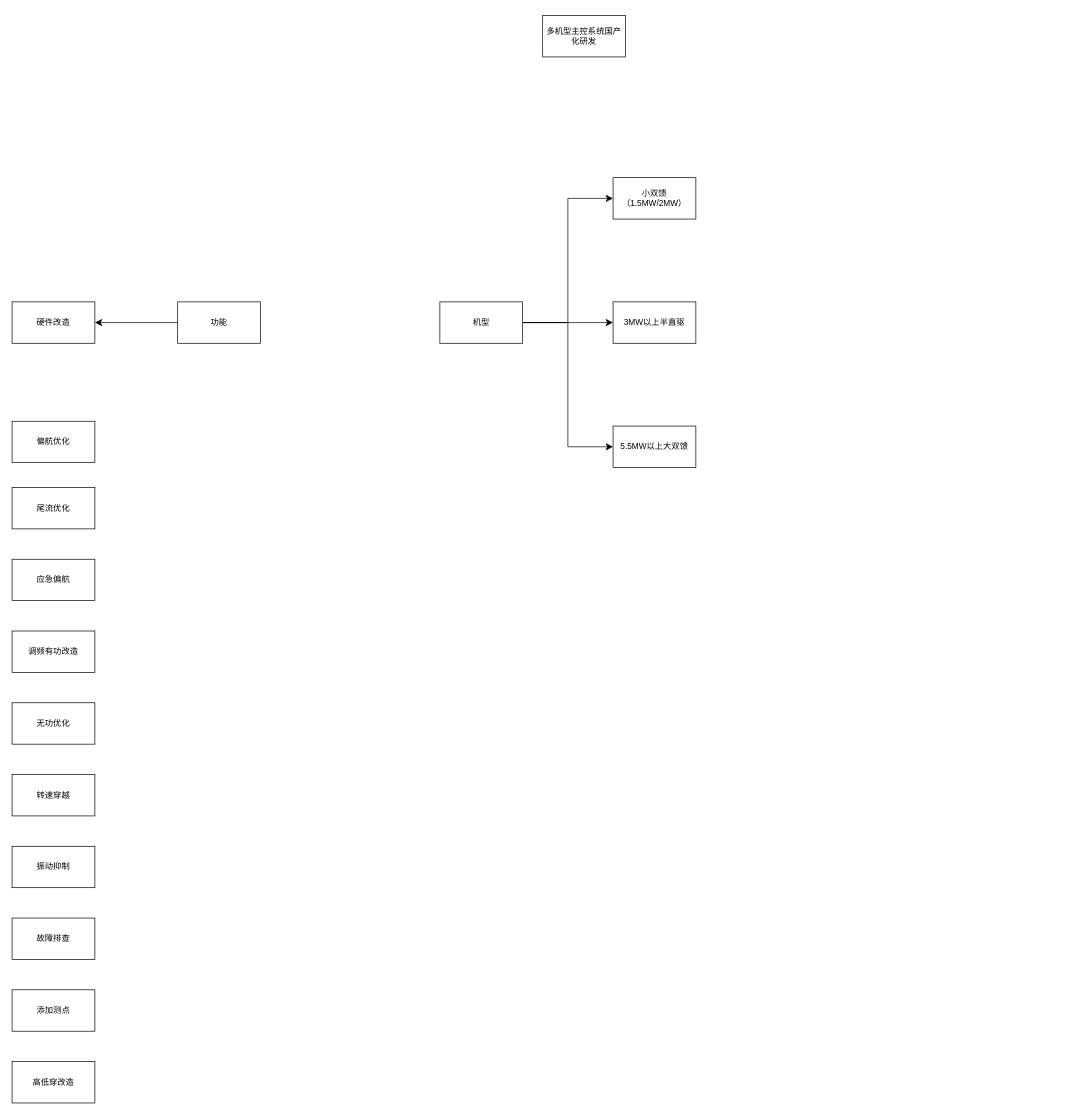
This is 多机型主控系统国产化研发.drawio from plrs8ta/drawio_files, a draw.io file, before an edit. Source tidied: cells renumbered, new cells numbered last; positions are measured from the earlier drawing's top-left corner, leaving out a move shared by most shapes. Both pictures are drawn from the tidied source at 69%, with x=0, y=0 at pixel (12, 15).
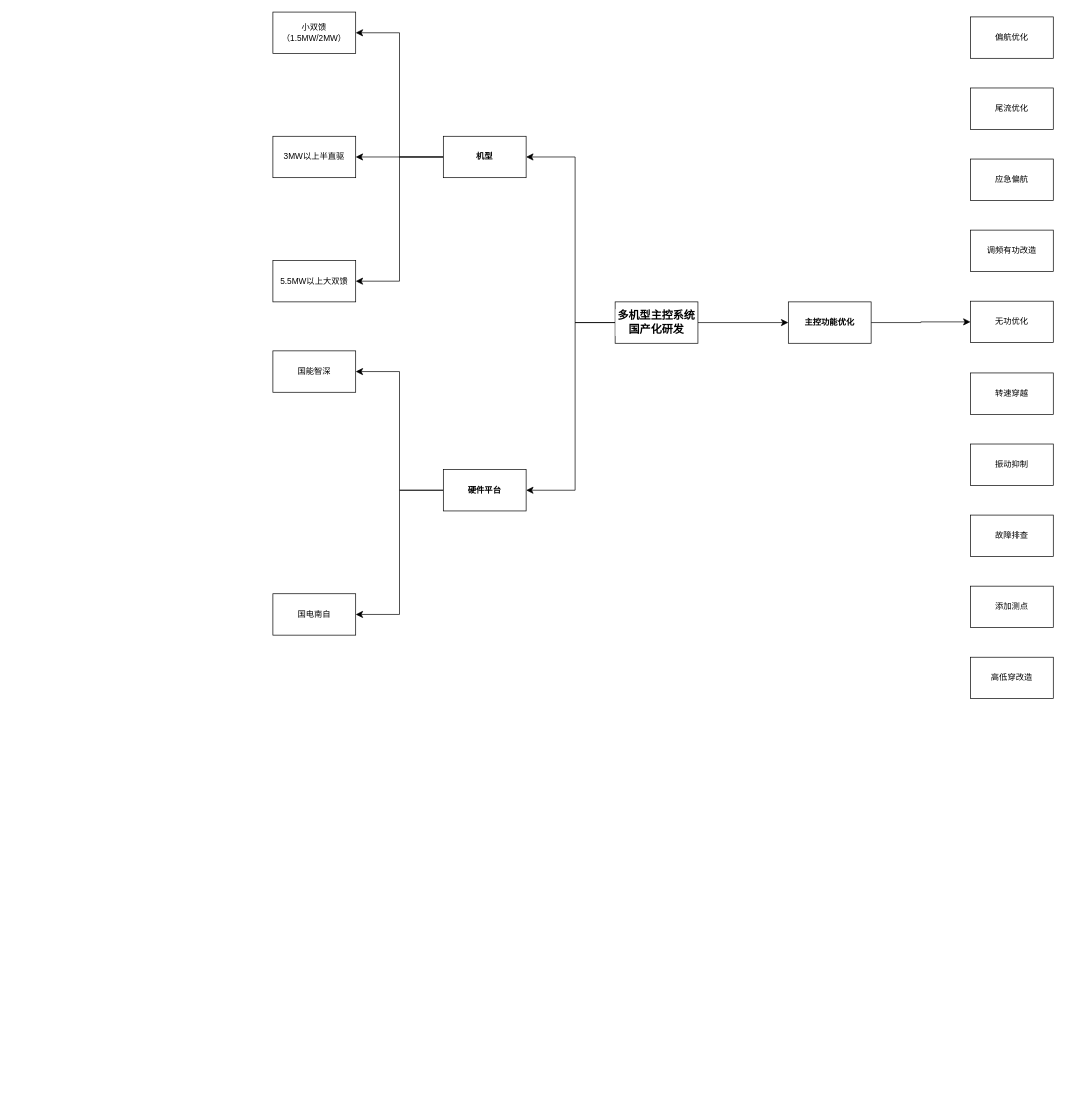
After the change.

Commit message (it also covers changes not shown here):
更新多机型主控系统国产化研发.drawio

The edit, as a diff of the source:
```diff
@@
+    <mxCell id="23" style="edgeStyle=orthogonalEdgeStyle;shape=connector;rounded=0;jettySize=auto;html=1;shadow=0;strokeColor=default;align=center;verticalAlign=middle;fontFamily=Helvetica;fontSize=12;fontColor=default;labelBackgroundColor=default;startSize=8;endArrow=classic;endSize=8;flowAnimation=0;" parent="1" edge="1" source="2" target="6">
+      <mxGeometry relative="1" as="geometry">
+        <Array as="points">
+          <mxPoint x="816" y="445" />
+          <mxPoint x="816" y="205" />
+        </Array>
+      </mxGeometry>
+    </mxCell>
+    <mxCell id="24" style="edgeStyle=orthogonalEdgeStyle;shape=connector;rounded=0;jettySize=auto;html=1;entryX=1;entryY=0.5;entryDx=0;entryDy=0;shadow=0;strokeColor=default;align=center;verticalAlign=middle;fontFamily=Helvetica;fontSize=12;fontColor=default;labelBackgroundColor=default;startSize=8;endArrow=classic;endSize=8;flowAnimation=0;" parent="1" edge="1" source="2" target="12">
+      <mxGeometry relative="1" as="geometry">
+        <Array as="points">
+          <mxPoint x="816" y="445" />
+          <mxPoint x="816" y="688" />
+        </Array>
+      </mxGeometry>
+    </mxCell>
+    <mxCell id="25" style="edgeStyle=orthogonalEdgeStyle;shape=connector;rounded=0;jettySize=auto;html=1;shadow=0;strokeColor=default;align=center;verticalAlign=middle;fontFamily=Helvetica;fontSize=12;fontColor=default;labelBackgroundColor=default;startSize=8;endArrow=classic;endSize=8;flowAnimation=0;" parent="1" edge="1" source="2" target="11">
+      <mxGeometry relative="1" as="geometry" />
+    </mxCell>
-    <mxCell id="2" value="多机型主控系统国产化研发" style="rounded=0;whiteSpace=wrap;html=1;fontFamily=Helvetica;fontSize=12;fontColor=default;labelBackgroundColor=default;" parent="1" vertex="1">
-      <mxGeometry x="769" width="120" height="60" as="geometry" />
+    <mxCell id="2" value="多机型主控系统国产化研发" style="rounded=0;whiteSpace=wrap;html=1;fontFamily=Helvetica;fontSize=16;fontColor=default;labelBackgroundColor=default;fontStyle=1;" parent="1" vertex="1">
+      <mxGeometry x="874" y="415" width="120" height="60" as="geometry" />
     </mxCell>
@@
-    <mxCell id="4" style="edgeStyle=orthogonalEdgeStyle;shape=connector;rounded=0;jettySize=auto;html=1;entryX=0;entryY=0.5;entryDx=0;entryDy=0;shadow=0;strokeColor=default;align=center;verticalAlign=middle;fontFamily=Helvetica;fontSize=12;fontColor=default;labelBackgroundColor=default;startSize=8;endArrow=classic;endSize=8;flowAnimation=0;" parent="1" edge="1" source="6" target="7">
+    <mxCell id="4" style="edgeStyle=orthogonalEdgeStyle;shape=connector;rounded=0;jettySize=auto;html=1;entryX=1;entryY=0.5;entryDx=0;entryDy=0;shadow=0;strokeColor=default;align=center;verticalAlign=middle;fontFamily=Helvetica;fontSize=12;fontColor=default;labelBackgroundColor=default;startSize=8;endArrow=classic;endSize=8;flowAnimation=0;" parent="1" edge="1" source="6" target="7">
       <mxGeometry relative="1" as="geometry" />
     </mxCell>
-    <mxCell id="5" style="edgeStyle=orthogonalEdgeStyle;shape=connector;rounded=0;jettySize=auto;html=1;entryX=0;entryY=0.5;entryDx=0;entryDy=0;shadow=0;strokeColor=default;align=center;verticalAlign=middle;fontFamily=Helvetica;fontSize=12;fontColor=default;labelBackgroundColor=default;startSize=8;endArrow=classic;endSize=8;flowAnimation=0;" parent="1" edge="1" source="6" target="9">
+    <mxCell id="5" style="edgeStyle=orthogonalEdgeStyle;shape=connector;rounded=0;jettySize=auto;html=1;entryX=1;entryY=0.5;entryDx=0;entryDy=0;shadow=0;strokeColor=default;align=center;verticalAlign=middle;fontFamily=Helvetica;fontSize=12;fontColor=default;labelBackgroundColor=default;startSize=8;endArrow=classic;endSize=8;flowAnimation=0;" parent="1" edge="1" source="6" target="9">
       <mxGeometry relative="1" as="geometry" />
     </mxCell>
-    <mxCell id="6" value="机型" style="rounded=0;whiteSpace=wrap;html=1;fontFamily=Helvetica;fontSize=12;fontColor=default;labelBackgroundColor=default;" parent="1" vertex="1">
-      <mxGeometry x="620" y="415" width="120" height="60" as="geometry" />
+    <mxCell id="6" value="机型" style="rounded=0;whiteSpace=wrap;html=1;fontFamily=Helvetica;fontSize=12;fontColor=default;labelBackgroundColor=default;fontStyle=1;" parent="1" vertex="1">
+      <mxGeometry x="625" y="175" width="120" height="60" as="geometry" />
     </mxCell>
     <mxCell id="7" value="小双馈&lt;div&gt;（1.5MW/2MW）&lt;/div&gt;" style="rounded=0;whiteSpace=wrap;html=1;fontFamily=Helvetica;fontSize=12;fontColor=default;labelBackgroundColor=default;" parent="1" vertex="1">
-      <mxGeometry x="871" y="235" width="120" height="60" as="geometry" />
+      <mxGeometry x="378" y="-5" width="120" height="60" as="geometry" />
     </mxCell>
     <mxCell id="8" value="3MW以上半直驱" style="rounded=0;whiteSpace=wrap;html=1;fontFamily=Helvetica;fontSize=12;fontColor=default;labelBackgroundColor=default;" parent="1" vertex="1">
-      <mxGeometry x="871" y="415" width="120" height="60" as="geometry" />
+      <mxGeometry x="378" y="175" width="120" height="60" as="geometry" />
     </mxCell>
     <mxCell id="9" value="5.5MW以上大双馈" style="rounded=0;whiteSpace=wrap;html=1;fontFamily=Helvetica;fontSize=12;fontColor=default;labelBackgroundColor=default;" parent="1" vertex="1">
-      <mxGeometry x="871" y="595" width="120" height="60" as="geometry" />
+      <mxGeometry x="378" y="355" width="120" height="60" as="geometry" />
     </mxCell>
-    <mxCell id="10" style="edgeStyle=orthogonalEdgeStyle;shape=connector;rounded=0;jettySize=auto;html=1;shadow=0;strokeColor=default;align=center;verticalAlign=middle;fontFamily=Helvetica;fontSize=12;fontColor=default;labelBackgroundColor=default;startSize=8;endArrow=classic;endSize=8;flowAnimation=0;" parent="1" edge="1" source="11" target="12">
-      <mxGeometry relative="1" as="geometry" />
-    </mxCell>
-    <mxCell id="11" value="功能" style="rounded=0;whiteSpace=wrap;html=1;fontFamily=Helvetica;fontSize=12;fontColor=default;labelBackgroundColor=default;" parent="1" vertex="1">
-      <mxGeometry x="240" y="415" width="120" height="60" as="geometry" />
-    </mxCell>
+    <mxCell id="26" style="edgeStyle=orthogonalEdgeStyle;shape=connector;rounded=0;jettySize=auto;html=1;entryX=1;entryY=0.5;entryDx=0;entryDy=0;shadow=0;strokeColor=default;align=center;verticalAlign=middle;fontFamily=Helvetica;fontSize=12;fontColor=default;labelBackgroundColor=default;startSize=8;endArrow=classic;endSize=8;flowAnimation=0;" parent="1" edge="1" source="12" target="28">
+      <mxGeometry relative="1" as="geometry" />
+    </mxCell>
+    <mxCell id="27" style="edgeStyle=orthogonalEdgeStyle;shape=connector;rounded=0;jettySize=auto;html=1;entryX=1;entryY=0.5;entryDx=0;entryDy=0;shadow=0;strokeColor=default;align=center;verticalAlign=middle;fontFamily=Helvetica;fontSize=12;fontColor=default;labelBackgroundColor=default;startSize=8;endArrow=classic;endSize=8;flowAnimation=0;" parent="1" edge="1" source="12" target="29">
+      <mxGeometry relative="1" as="geometry" />
+    </mxCell>
-    <mxCell id="12" value="硬件改造" style="rounded=0;whiteSpace=wrap;html=1;fontFamily=Helvetica;fontSize=12;fontColor=default;labelBackgroundColor=default;" parent="1" vertex="1">
-      <mxGeometry y="415" width="120" height="60" as="geometry" />
+    <mxCell id="12" value="硬件平台" style="rounded=0;whiteSpace=wrap;html=1;fontFamily=Helvetica;fontSize=12;fontColor=default;labelBackgroundColor=default;fontStyle=1;" parent="1" vertex="1">
+      <mxGeometry x="625" y="658" width="120" height="60" as="geometry" />
     </mxCell>
     <mxCell id="13" value="偏航优化" style="rounded=0;whiteSpace=wrap;html=1;fontFamily=Helvetica;fontSize=12;fontColor=default;labelBackgroundColor=default;" parent="1" vertex="1">
-      <mxGeometry y="588" width="120" height="60" as="geometry" />
+      <mxGeometry x="1389" y="2" width="120" height="60" as="geometry" />
     </mxCell>
     <mxCell id="14" value="尾流优化" style="rounded=0;whiteSpace=wrap;html=1;fontFamily=Helvetica;fontSize=12;fontColor=default;labelBackgroundColor=default;" parent="1" vertex="1">
-      <mxGeometry y="684" width="120" height="60" as="geometry" />
+      <mxGeometry x="1389" y="105" width="120" height="60" as="geometry" />
     </mxCell>
     <mxCell id="15" value="应急偏航" style="rounded=0;whiteSpace=wrap;html=1;fontFamily=Helvetica;fontSize=12;fontColor=default;labelBackgroundColor=default;" parent="1" vertex="1">
-      <mxGeometry y="788" width="120" height="60" as="geometry" />
+      <mxGeometry x="1389" y="208" width="120" height="60" as="geometry" />
     </mxCell>
     <mxCell id="16" value="调频有功改造" style="rounded=0;whiteSpace=wrap;html=1;fontFamily=Helvetica;fontSize=12;fontColor=default;labelBackgroundColor=default;" parent="1" vertex="1">
-      <mxGeometry y="892" width="120" height="60" as="geometry" />
+      <mxGeometry x="1389" y="311" width="120" height="60" as="geometry" />
     </mxCell>
     <mxCell id="17" value="无功优化" style="rounded=0;whiteSpace=wrap;html=1;fontFamily=Helvetica;fontSize=12;fontColor=default;labelBackgroundColor=default;" parent="1" vertex="1">
-      <mxGeometry y="996" width="120" height="60" as="geometry" />
+      <mxGeometry x="1389" y="414" width="120" height="60" as="geometry" />
     </mxCell>
     <mxCell id="18" value="转速穿越" style="rounded=0;whiteSpace=wrap;html=1;fontFamily=Helvetica;fontSize=12;fontColor=default;labelBackgroundColor=default;" parent="1" vertex="1">
-      <mxGeometry y="1100" width="120" height="60" as="geometry" />
+      <mxGeometry x="1389" y="518" width="120" height="60" as="geometry" />
     </mxCell>
     <mxCell id="19" value="振动抑制" style="rounded=0;whiteSpace=wrap;html=1;fontFamily=Helvetica;fontSize=12;fontColor=default;labelBackgroundColor=default;" parent="1" vertex="1">
-      <mxGeometry y="1204" width="120" height="60" as="geometry" />
+      <mxGeometry x="1389" y="621" width="120" height="60" as="geometry" />
     </mxCell>
     <mxCell id="20" value="故障排查" style="rounded=0;whiteSpace=wrap;html=1;fontFamily=Helvetica;fontSize=12;fontColor=default;labelBackgroundColor=default;" parent="1" vertex="1">
-      <mxGeometry y="1308" width="120" height="60" as="geometry" />
+      <mxGeometry x="1389" y="724" width="120" height="60" as="geometry" />
     </mxCell>
     <mxCell id="21" value="添加测点" style="rounded=0;whiteSpace=wrap;html=1;fontFamily=Helvetica;fontSize=12;fontColor=default;labelBackgroundColor=default;" parent="1" vertex="1">
-      <mxGeometry y="1412" width="120" height="60" as="geometry" />
+      <mxGeometry x="1389" y="827" width="120" height="60" as="geometry" />
     </mxCell>
     <mxCell id="22" value="高低穿改造" style="rounded=0;whiteSpace=wrap;html=1;fontFamily=Helvetica;fontSize=12;fontColor=default;labelBackgroundColor=default;" parent="1" vertex="1">
-      <mxGeometry y="1516" width="120" height="60" as="geometry" />
+      <mxGeometry x="1389" y="930" width="120" height="60" as="geometry" />
     </mxCell>
+    <mxCell id="28" value="国能智深" style="rounded=0;whiteSpace=wrap;html=1;fontFamily=Helvetica;fontSize=12;fontColor=default;labelBackgroundColor=default;" parent="1" vertex="1">
+      <mxGeometry x="378" y="486" width="120" height="60" as="geometry" />
+    </mxCell>
+    <mxCell id="29" value="国电南自" style="rounded=0;whiteSpace=wrap;html=1;fontFamily=Helvetica;fontSize=12;fontColor=default;labelBackgroundColor=default;" parent="1" vertex="1">
+      <mxGeometry x="378" y="838" width="120" height="60" as="geometry" />
+    </mxCell>
+    <mxCell id="30" style="edgeStyle=orthogonalEdgeStyle;shape=connector;rounded=0;jettySize=auto;html=1;shadow=0;strokeColor=default;align=center;verticalAlign=middle;fontFamily=Helvetica;fontSize=12;fontColor=default;labelBackgroundColor=default;startSize=8;endArrow=classic;endSize=8;flowAnimation=0;" parent="1" edge="1" source="11" target="17">
+      <mxGeometry relative="1" as="geometry" />
+    </mxCell>
+    <mxCell id="11" value="主控功能优化" style="rounded=0;whiteSpace=wrap;html=1;fontFamily=Helvetica;fontSize=12;fontColor=default;labelBackgroundColor=default;fontStyle=1;" parent="1" vertex="1">
+      <mxGeometry x="1125" y="415" width="120" height="60" as="geometry" />
+    </mxCell>
```
